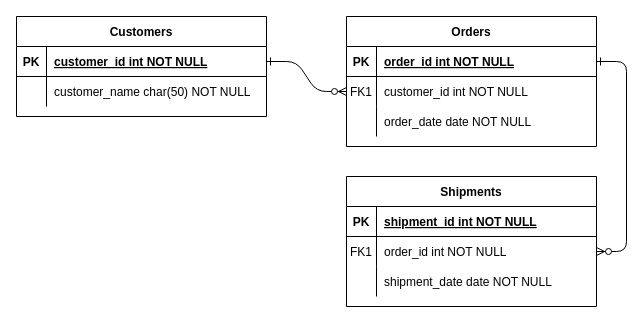
The draw.io diagram Untitled Diagram.drawio in Yap17/AltaStore, before the edit. Source tidied: cells renumbered, new cells numbered last; positions are measured from the earlier drawing's top-left corner, leaving out a move shared by most shapes. Both pictures are drawn from the tidied source at 100%, with x=0, y=0 at pixel (16, 16).
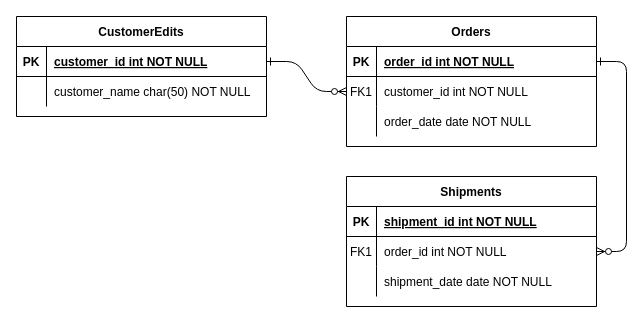
The same diagram, later.

The edit, as a diff of the source:
```diff
@@
-    <mxCell id="24" value="Customers" style="shape=table;startSize=30;childLayout=tableLayout;rowLines=0;fontStyle=1;align=center;" parent="1" vertex="1">
+    <mxCell id="24" value="CustomerEdits" style="shape=table;startSize=30;childLayout=tableLayout;rowLines=0;fontStyle=1;align=center;" parent="1" vertex="1">
       <mxGeometry width="250" height="100" as="geometry" />
     </mxCell>
```
